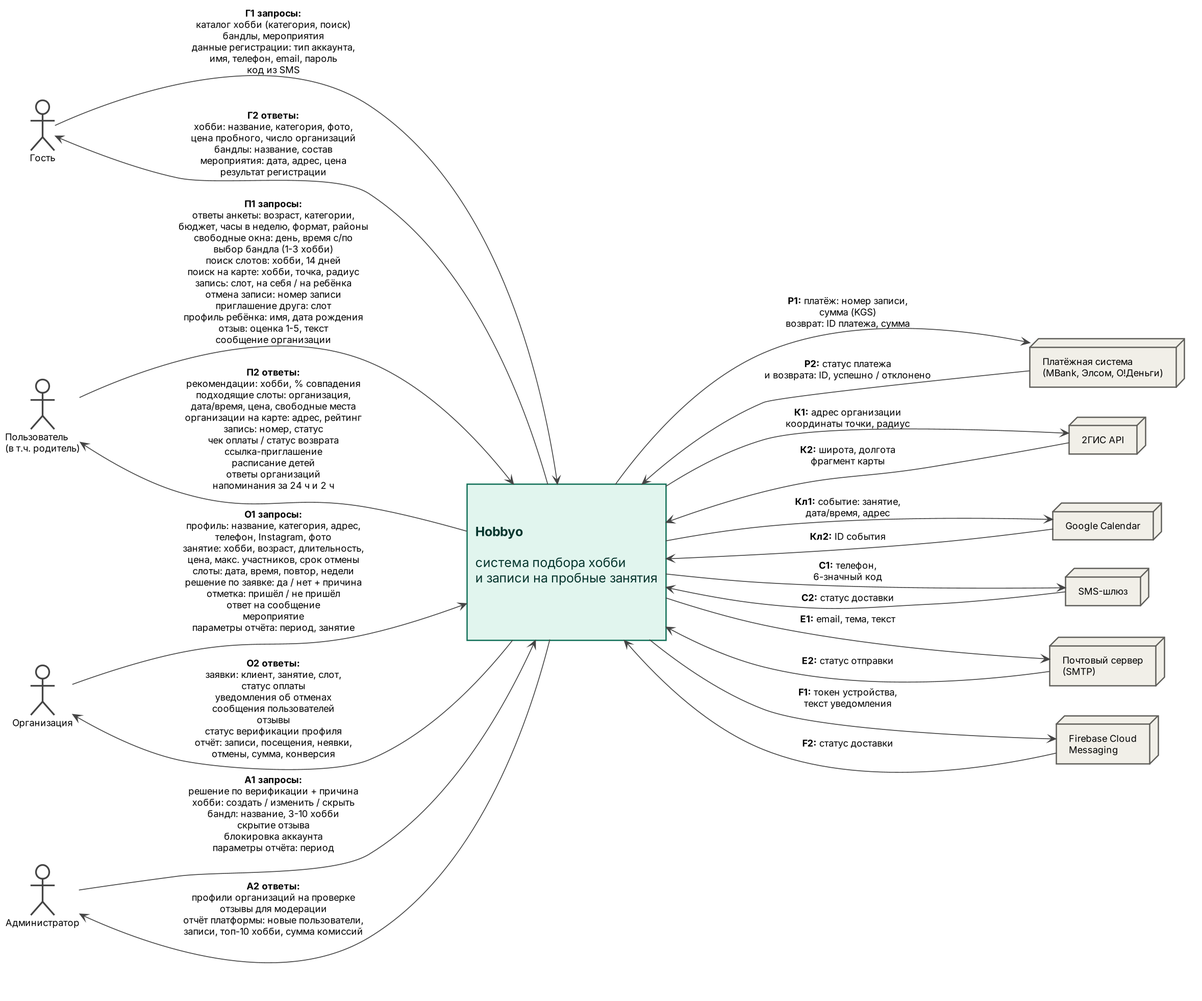
Before: diagrams/context.png, a diagram exported from PlantUML (omniscince/hobbyo). Its source is kept beside it as diagrams/context.puml.
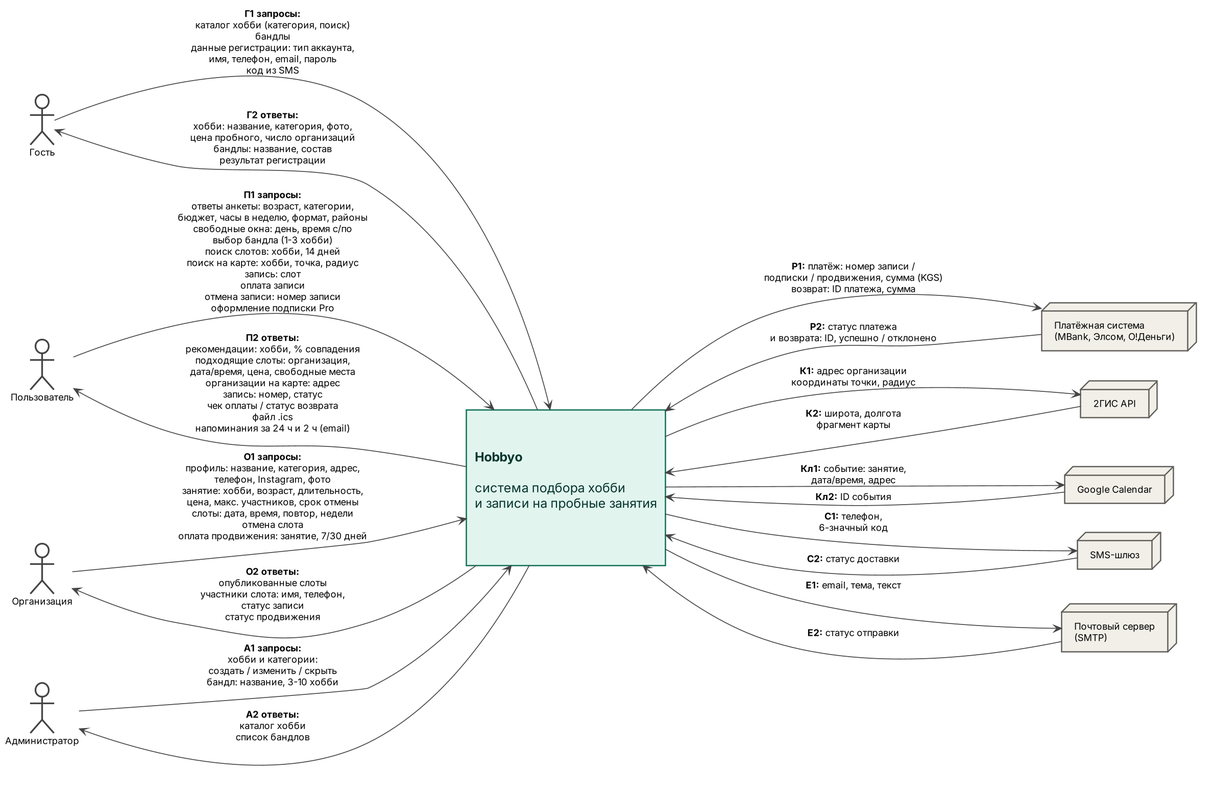
The same diagram one commit later.

The edit, as a diff of the source:
```diff
@@ -23,7 +23,7 @@
 left to right direction
 
 actor "Гость" as G
-actor "Пользователь\n(в т.ч. родитель)" as U
+actor "Пользователь" as U
 actor "Организация" as O
 actor "Администратор" as A
 
@@ -34,21 +34,20 @@
 node "Google Calendar" as CAL
 node "SMS-шлюз" as SMS
 node "Почтовый сервер\n(SMTP)" as MAIL
-node "Firebase Cloud\nMessaging" as FCM
 
-G --> S : <b>Г1 запросы:</b>\nкаталог хобби (категория, поиск)\nбандлы, мероприятия\nданные регистрации: тип аккаунта,\nимя, телефон, email, пароль\nкод из SMS
-G <-- S : <b>Г2 ответы:</b>\nхобби: название, категория, фото,\nцена пробного, число организаций\nбандлы: название, состав\nмероприятия: дата, адрес, цена\nрезультат регистрации
+G --> S : <b>Г1 запросы:</b>\nкаталог хобби (категория, поиск)\nбандлы\nданные регистрации: тип аккаунта,\nимя, телефон, email, пароль\nкод из SMS
+G <-- S : <b>Г2 ответы:</b>\nхобби: название, категория, фото,\nцена пробного, число организаций\nбандлы: название, состав\nрезультат регистрации
 
-U --> S : <b>П1 запросы:</b>\nответы анкеты: возраст, категории,\nбюджет, часы в неделю, формат, районы\nсвободные окна: день, время с/по\nвыбор бандла (1–3 хобби)\nпоиск слотов: хобби, 14 дней\nпоиск на карте: хобби, точка, радиус\nзапись: слот, на себя / на ребёнка\nотмена записи: номер записи\nприглашение друга: слот\nпрофиль ребёнка: имя, дата рождения\nотзыв: оценка 1–5, текст\nсообщение организации
-U <-- S : <b>П2 ответы:</b>\nрекомендации: хобби, % совпадения\nподходящие слоты: организация,\nдата/время, цена, свободные места\nорганизации на карте: адрес, рейтинг\nзапись: номер, статус\nчек оплаты / статус возврата\nссылка-приглашение\nрасписание детей\nответы организаций\nнапоминания за 24 ч и 2 ч
+U --> S : <b>П1 запросы:</b>\nответы анкеты: возраст, категории,\nбюджет, часы в неделю, формат, районы\nсвободные окна: день, время с/по\nвыбор бандла (1–3 хобби)\nпоиск слотов: хобби, 14 дней\nпоиск на карте: хобби, точка, радиус\nзапись: слот\nоплата записи\nотмена записи: номер записи\nоформление подписки Pro
+U <-- S : <b>П2 ответы:</b>\nрекомендации: хобби, % совпадения\nподходящие слоты: организация,\nдата/время, цена, свободные места\nорганизации на карте: адрес\nзапись: номер, статус\nчек оплаты / статус возврата\nфайл .ics\nнапоминания за 24 ч и 2 ч (email)
 
-O --> S : <b>О1 запросы:</b>\nпрофиль: название, категория, адрес,\nтелефон, Instagram, фото\nзанятие: хобби, возраст, длительность,\nцена, макс. участников, срок отмены\nслоты: дата, время, повтор, недели\nрешение по заявке: да / нет + причина\nотметка: пришёл / не пришёл\nответ на сообщение\nмероприятие\nпараметры отчёта: период, занятие
-O <-- S : <b>О2 ответы:</b>\nзаявки: клиент, занятие, слот,\nстатус оплаты\nуведомления об отменах\nсообщения пользователей\nотзывы\nстатус верификации профиля\nотчёт: записи, посещения, неявки,\nотмены, сумма, конверсия
+O --> S : <b>О1 запросы:</b>\nпрофиль: название, категория, адрес,\nтелефон, Instagram, фото\nзанятие: хобби, возраст, длительность,\nцена, макс. участников, срок отмены\nслоты: дата, время, повтор, недели\nотмена слота\nоплата продвижения: занятие, 7/30 дней
+O <-- S : <b>О2 ответы:</b>\nопубликованные слоты\nучастники слота: имя, телефон,\nстатус записи\nстатус продвижения
 
-A --> S : <b>А1 запросы:</b>\nрешение по верификации + причина\nхобби: создать / изменить / скрыть\nбандл: название, 3–10 хобби\nскрытие отзыва\nблокировка аккаунта\nпараметры отчёта: период
-A <-- S : <b>А2 ответы:</b>\nпрофили организаций на проверке\nотзывы для модерации\nотчёт платформы: новые пользователи,\nзаписи, топ-10 хобби, сумма комиссий
+A --> S : <b>А1 запросы:</b>\nхобби и категории:\nсоздать / изменить / скрыть\nбандл: название, 3–10 хобби
+A <-- S : <b>А2 ответы:</b>\nкаталог хобби\nсписок бандлов
 
-S --> PAY : <b>Р1:</b> платёж: номер записи,\nсумма (KGS)\nвозврат: ID платежа, сумма
+S --> PAY : <b>Р1:</b> платёж: номер записи /\nподписки / продвижения, сумма (KGS)\nвозврат: ID платежа, сумма
 S <-- PAY : <b>Р2:</b> статус платежа\nи возврата: ID, успешно / отклонено
 
 S --> MAP : <b>К1:</b> адрес организации\nкоординаты точки, радиус
@@ -63,6 +62,4 @@
 S --> MAIL : <b>E1:</b> email, тема, текст
 S <-- MAIL : <b>E2:</b> статус отправки
 
-S --> FCM : <b>F1:</b> токен устройства,\nтекст уведомления
-S <-- FCM : <b>F2:</b> статус доставки
 @enduml
```
